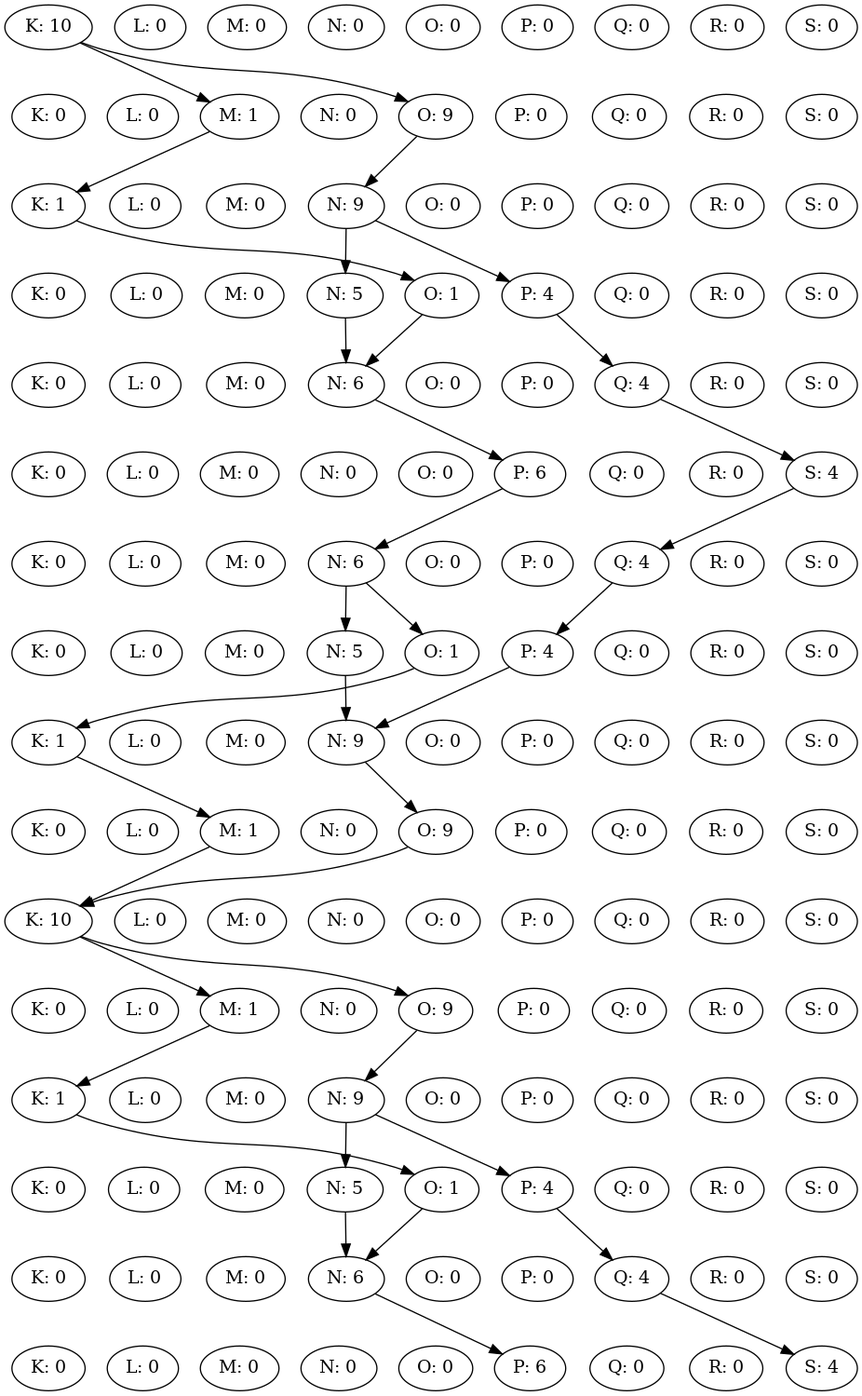
TieneSabor/slugs_swarmPlanner keeps this Graphviz diagram as patched.png. Above is the earlier version. Its source is kept beside it as Patched.dot.
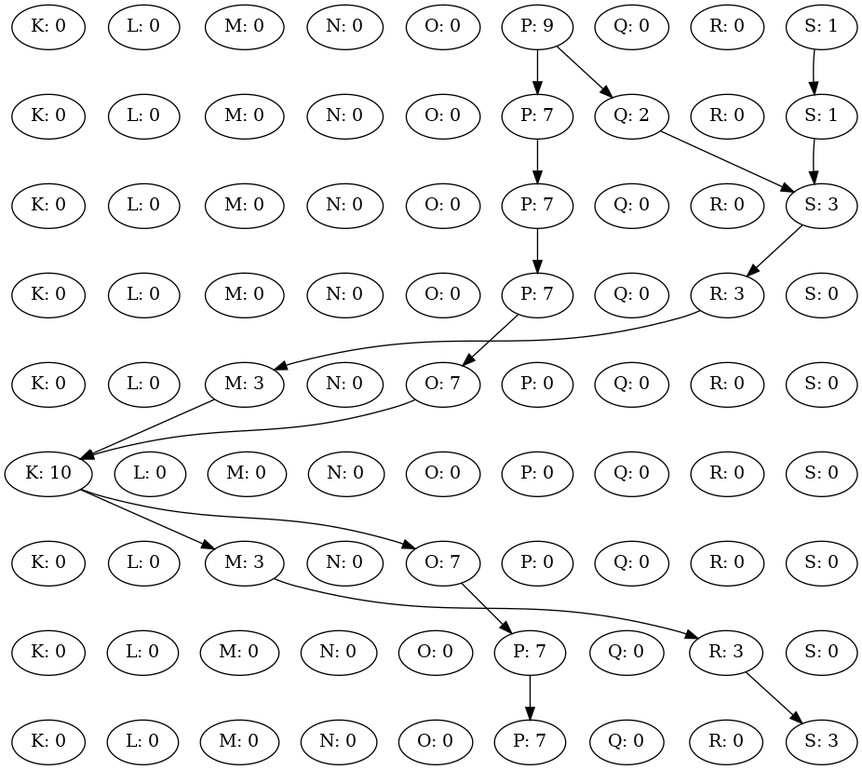
The same diagram one commit later.

The edit, as a diff of the source:
```diff
@@ -1,184 +1,103 @@
 digraph {
-K0 [label="K: 10"];
+K0 [label="K: 0"];
 L0 [label="L: 0"];
 M0 [label="M: 0"];
 N0 [label="N: 0"];
 O0 [label="O: 0"];
-P0 [label="P: 0"];
+P0 [label="P: 9"];
 Q0 [label="Q: 0"];
 R0 [label="R: 0"];
-S0 [label="S: 0"];
+S0 [label="S: 1"];
 rank = same {K0 -> L0 -> M0 -> N0 -> O0 -> P0 -> Q0 -> R0 -> S0 [style=invis] }K1 [label="K: 0"];
 L1 [label="L: 0"];
-M1 [label="M: 1"];
+M1 [label="M: 0"];
 N1 [label="N: 0"];
-O1 [label="O: 9"];
-P1 [label="P: 0"];
-Q1 [label="Q: 0"];
+O1 [label="O: 0"];
+P1 [label="P: 7"];
+Q1 [label="Q: 2"];
 R1 [label="R: 0"];
-S1 [label="S: 0"];
-rank = same {K1 -> L1 -> M1 -> N1 -> O1 -> P1 -> Q1 -> R1 -> S1 [style=invis] }K0 -> M1
-K0 -> O1
-K2 [label="K: 1"];
+S1 [label="S: 1"];
+rank = same {K1 -> L1 -> M1 -> N1 -> O1 -> P1 -> Q1 -> R1 -> S1 [style=invis] }P0 -> P1
+P0 -> Q1
+S0 -> S1
+K2 [label="K: 0"];
 L2 [label="L: 0"];
 M2 [label="M: 0"];
-N2 [label="N: 9"];
+N2 [label="N: 0"];
 O2 [label="O: 0"];
-P2 [label="P: 0"];
+P2 [label="P: 7"];
 Q2 [label="Q: 0"];
 R2 [label="R: 0"];
-S2 [label="S: 0"];
-rank = same {K2 -> L2 -> M2 -> N2 -> O2 -> P2 -> Q2 -> R2 -> S2 [style=invis] }M1 -> K2
-O1 -> N2
+S2 [label="S: 3"];
+rank = same {K2 -> L2 -> M2 -> N2 -> O2 -> P2 -> Q2 -> R2 -> S2 [style=invis] }P1 -> P2
+Q1 -> S2
+S1 -> S2
 K3 [label="K: 0"];
 L3 [label="L: 0"];
 M3 [label="M: 0"];
-N3 [label="N: 5"];
-O3 [label="O: 1"];
-P3 [label="P: 4"];
+N3 [label="N: 0"];
+O3 [label="O: 0"];
+P3 [label="P: 7"];
 Q3 [label="Q: 0"];
-R3 [label="R: 0"];
+R3 [label="R: 3"];
 S3 [label="S: 0"];
-rank = same {K3 -> L3 -> M3 -> N3 -> O3 -> P3 -> Q3 -> R3 -> S3 [style=invis] }K2 -> O3
-N2 -> N3
-N2 -> P3
+rank = same {K3 -> L3 -> M3 -> N3 -> O3 -> P3 -> Q3 -> R3 -> S3 [style=invis] }P2 -> P3
+S2 -> R3
 K4 [label="K: 0"];
 L4 [label="L: 0"];
-M4 [label="M: 0"];
-N4 [label="N: 6"];
-O4 [label="O: 0"];
+M4 [label="M: 3"];
+N4 [label="N: 0"];
+O4 [label="O: 7"];
 P4 [label="P: 0"];
-Q4 [label="Q: 4"];
+Q4 [label="Q: 0"];
 R4 [label="R: 0"];
 S4 [label="S: 0"];
-rank = same {K4 -> L4 -> M4 -> N4 -> O4 -> P4 -> Q4 -> R4 -> S4 [style=invis] }N3 -> N4
-O3 -> N4
-P3 -> Q4
-K5 [label="K: 0"];
+rank = same {K4 -> L4 -> M4 -> N4 -> O4 -> P4 -> Q4 -> R4 -> S4 [style=invis] }P3 -> O4
+R3 -> M4
+K5 [label="K: 10"];
 L5 [label="L: 0"];
 M5 [label="M: 0"];
 N5 [label="N: 0"];
 O5 [label="O: 0"];
-P5 [label="P: 6"];
+P5 [label="P: 0"];
 Q5 [label="Q: 0"];
 R5 [label="R: 0"];
-S5 [label="S: 4"];
-rank = same {K5 -> L5 -> M5 -> N5 -> O5 -> P5 -> Q5 -> R5 -> S5 [style=invis] }N4 -> P5
-Q4 -> S5
+S5 [label="S: 0"];
+rank = same {K5 -> L5 -> M5 -> N5 -> O5 -> P5 -> Q5 -> R5 -> S5 [style=invis] }M4 -> K5
+O4 -> K5
 K6 [label="K: 0"];
 L6 [label="L: 0"];
-M6 [label="M: 0"];
-N6 [label="N: 6"];
-O6 [label="O: 0"];
+M6 [label="M: 3"];
+N6 [label="N: 0"];
+O6 [label="O: 7"];
 P6 [label="P: 0"];
-Q6 [label="Q: 4"];
+Q6 [label="Q: 0"];
 R6 [label="R: 0"];
 S6 [label="S: 0"];
-rank = same {K6 -> L6 -> M6 -> N6 -> O6 -> P6 -> Q6 -> R6 -> S6 [style=invis] }P5 -> N6
-S5 -> Q6
+rank = same {K6 -> L6 -> M6 -> N6 -> O6 -> P6 -> Q6 -> R6 -> S6 [style=invis] }K5 -> M6
+K5 -> O6
 K7 [label="K: 0"];
 L7 [label="L: 0"];
 M7 [label="M: 0"];
-N7 [label="N: 5"];
-O7 [label="O: 1"];
-P7 [label="P: 4"];
+N7 [label="N: 0"];
+O7 [label="O: 0"];
+P7 [label="P: 7"];
 Q7 [label="Q: 0"];
-R7 [label="R: 0"];
+R7 [label="R: 3"];
 S7 [label="S: 0"];
-rank = same {K7 -> L7 -> M7 -> N7 -> O7 -> P7 -> Q7 -> R7 -> S7 [style=invis] }N6 -> N7
-N6 -> O7
-Q6 -> P7
-K8 [label="K: 1"];
+rank = same {K7 -> L7 -> M7 -> N7 -> O7 -> P7 -> Q7 -> R7 -> S7 [style=invis] }M6 -> R7
+O6 -> P7
+K8 [label="K: 0"];
 L8 [label="L: 0"];
 M8 [label="M: 0"];
-N8 [label="N: 9"];
+N8 [label="N: 0"];
 O8 [label="O: 0"];
-P8 [label="P: 0"];
+P8 [label="P: 7"];
 Q8 [label="Q: 0"];
 R8 [label="R: 0"];
-S8 [label="S: 0"];
-rank = same {K8 -> L8 -> M8 -> N8 -> O8 -> P8 -> Q8 -> R8 -> S8 [style=invis] }N7 -> N8
-O7 -> K8
-P7 -> N8
-K9 [label="K: 0"];
-L9 [label="L: 0"];
-M9 [label="M: 1"];
-N9 [label="N: 0"];
-O9 [label="O: 9"];
-P9 [label="P: 0"];
-Q9 [label="Q: 0"];
-R9 [label="R: 0"];
-S9 [label="S: 0"];
-rank = same {K9 -> L9 -> M9 -> N9 -> O9 -> P9 -> Q9 -> R9 -> S9 [style=invis] }K8 -> M9
-N8 -> O9
-K10 [label="K: 10"];
-L10 [label="L: 0"];
-M10 [label="M: 0"];
-N10 [label="N: 0"];
-O10 [label="O: 0"];
-P10 [label="P: 0"];
-Q10 [label="Q: 0"];
-R10 [label="R: 0"];
-S10 [label="S: 0"];
-rank = same {K10 -> L10 -> M10 -> N10 -> O10 -> P10 -> Q10 -> R10 -> S10 [style=invis] }M9 -> K10
-O9 -> K10
-K11 [label="K: 0"];
-L11 [label="L: 0"];
-M11 [label="M: 1"];
-N11 [label="N: 0"];
-O11 [label="O: 9"];
-P11 [label="P: 0"];
-Q11 [label="Q: 0"];
-R11 [label="R: 0"];
-S11 [label="S: 0"];
-rank = same {K11 -> L11 -> M11 -> N11 -> O11 -> P11 -> Q11 -> R11 -> S11 [style=invis] }K10 -> M11
-K10 -> O11
-K12 [label="K: 1"];
-L12 [label="L: 0"];
-M12 [label="M: 0"];
-N12 [label="N: 9"];
-O12 [label="O: 0"];
-P12 [label="P: 0"];
-Q12 [label="Q: 0"];
-R12 [label="R: 0"];
-S12 [label="S: 0"];
-rank = same {K12 -> L12 -> M12 -> N12 -> O12 -> P12 -> Q12 -> R12 -> S12 [style=invis] }M11 -> K12
-O11 -> N12
-K13 [label="K: 0"];
-L13 [label="L: 0"];
-M13 [label="M: 0"];
-N13 [label="N: 5"];
-O13 [label="O: 1"];
-P13 [label="P: 4"];
-Q13 [label="Q: 0"];
-R13 [label="R: 0"];
-S13 [label="S: 0"];
-rank = same {K13 -> L13 -> M13 -> N13 -> O13 -> P13 -> Q13 -> R13 -> S13 [style=invis] }K12 -> O13
-N12 -> N13
-N12 -> P13
-K14 [label="K: 0"];
-L14 [label="L: 0"];
-M14 [label="M: 0"];
-N14 [label="N: 6"];
-O14 [label="O: 0"];
-P14 [label="P: 0"];
-Q14 [label="Q: 4"];
-R14 [label="R: 0"];
-S14 [label="S: 0"];
-rank = same {K14 -> L14 -> M14 -> N14 -> O14 -> P14 -> Q14 -> R14 -> S14 [style=invis] }N13 -> N14
-O13 -> N14
-P13 -> Q14
-K15 [label="K: 0"];
-L15 [label="L: 0"];
-M15 [label="M: 0"];
-N15 [label="N: 0"];
-O15 [label="O: 0"];
-P15 [label="P: 6"];
-Q15 [label="Q: 0"];
-R15 [label="R: 0"];
-S15 [label="S: 4"];
-rank = same {K15 -> L15 -> M15 -> N15 -> O15 -> P15 -> Q15 -> R15 -> S15 [style=invis] }N14 -> P15
-Q14 -> S15
-K0 -> K1 -> K2 -> K3 -> K4 -> K5 -> K6 -> K7 -> K8 -> K9 -> K10 -> K11 -> K12 -> K13 -> K14 -> K15 [ style=invis; weight=1000 ]
-S0 -> S1 -> S2 -> S3 -> S4 -> S5 -> S6 -> S7 -> S8 -> S9 -> S10 -> S11 -> S12 -> S13 -> S14 -> S15 [ style=invis; weight=1000 ]
+S8 [label="S: 3"];
+rank = same {K8 -> L8 -> M8 -> N8 -> O8 -> P8 -> Q8 -> R8 -> S8 [style=invis] }P7 -> P8
+R7 -> S8
+K0 -> K1 -> K2 -> K3 -> K4 -> K5 -> K6 -> K7 -> K8 [ style=invis; weight=1000 ]
+S0 -> S1 -> S2 -> S3 -> S4 -> S5 -> S6 -> S7 -> S8 [ style=invis; weight=1000 ]
 }
```
